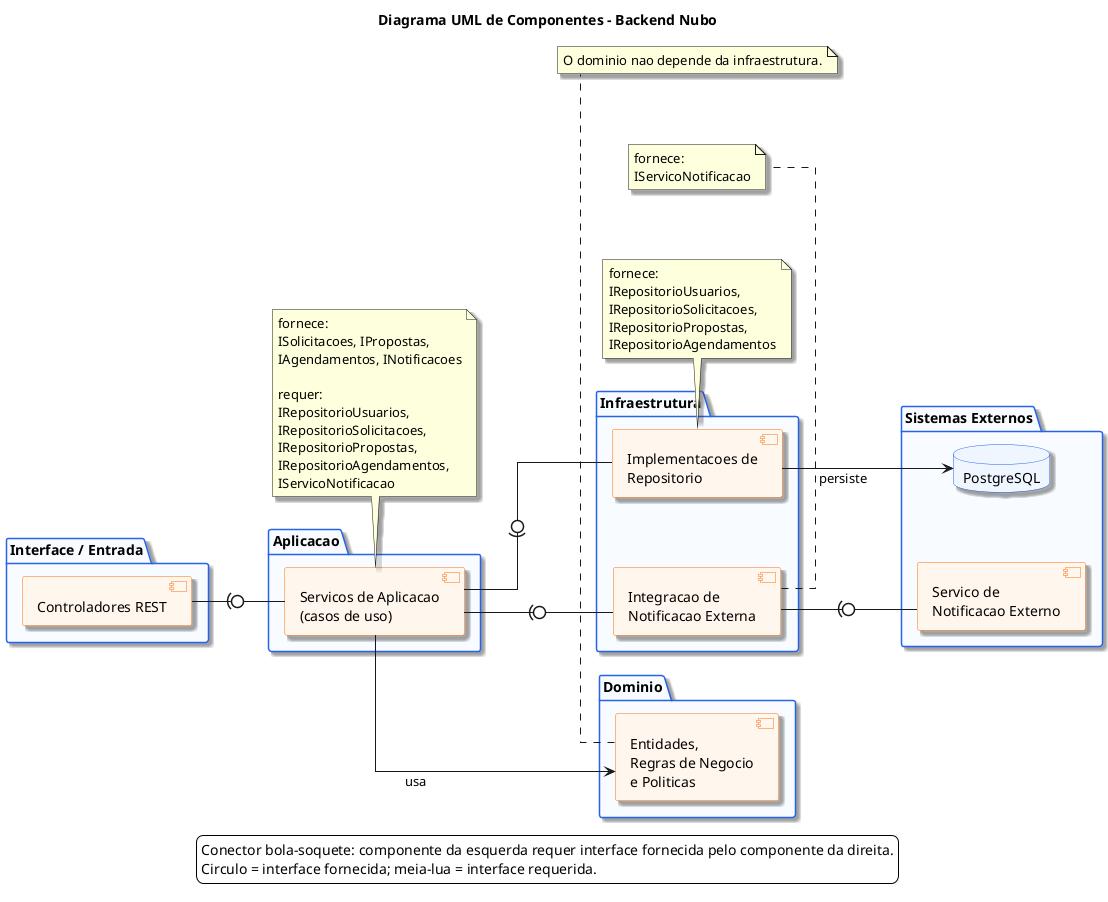
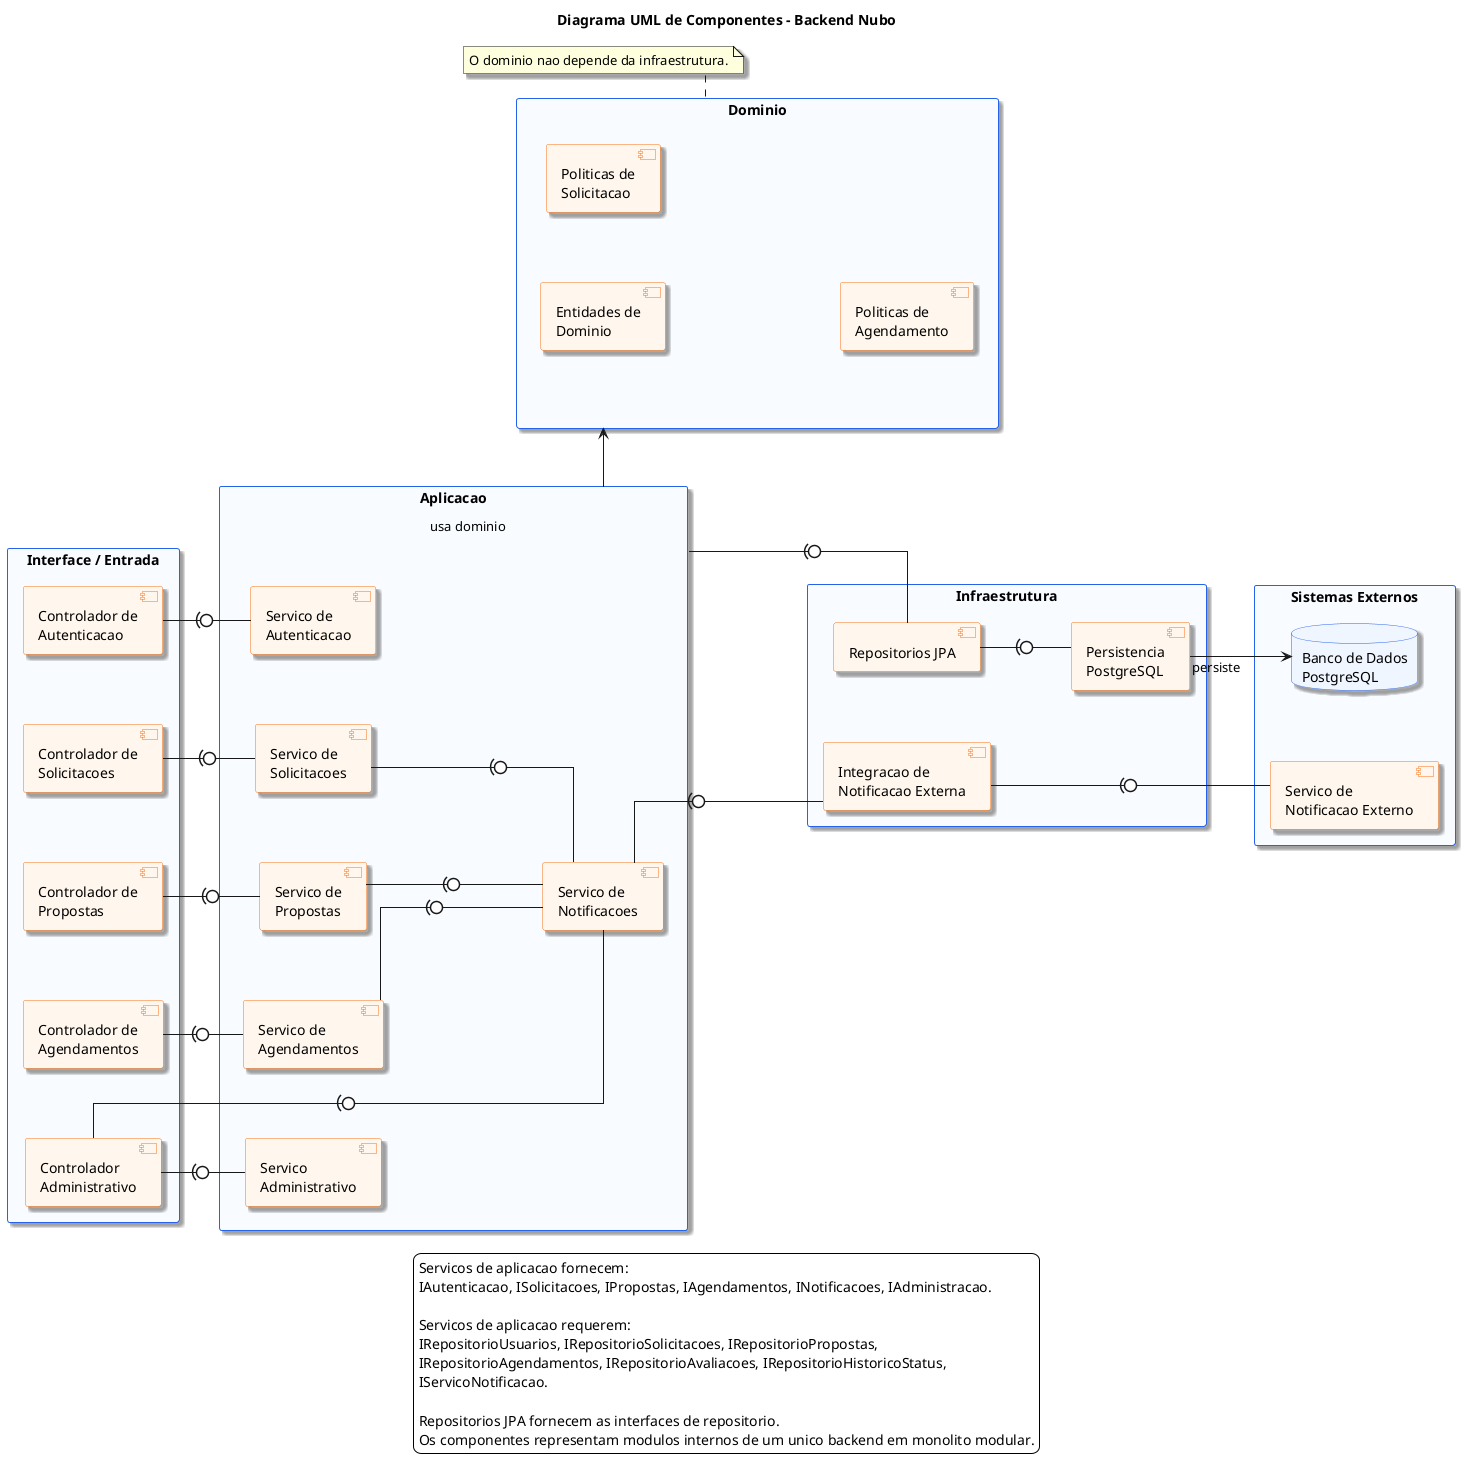
@startuml
' Fonte do projeto: README.md; docs/documentacao-projeto.md
' Fonte conceitual: tools/Projeto PlantUML API/plantuml_code/component_diagram.puml
title Diagrama UML de Componentes - Backend Nubo
left to right direction
skinparam backgroundColor #FFFFFF
skinparam componentStyle uml2
skinparam linetype ortho
skinparam nodesep 70
skinparam ranksep 80
+ skinparam packageStyle rectangle
skinparam shadowing true
skinparam defaultFontName Arial
skinparam package {
  BorderColor #2563EB
  BackgroundColor #F8FBFF
}
skinparam component {
  BorderColor #F97316
  BackgroundColor #FFF7ED
}
skinparam database {
  BorderColor #2563EB
  BackgroundColor #EFF6FF
}

- package "Interface / Entrada" {
-   component "Controladores REST" as controladores
+ package "Interface / Entrada" as entrada {
+   component "Controlador de\nAutenticacao" as authController
+   component "Controlador de\nSolicitacoes" as solicitacaoController
+   component "Controlador de\nPropostas" as propostaController
+   component "Controlador de\nAgendamentos" as agendamentoController
+   component "Controlador\nAdministrativo" as adminController
}

- package "Aplicacao" {
-   component "Servicos de Aplicacao\n(casos de uso)" as servicosAplicacao
+ package "Aplicacao" as app {
+   component "Servico de\nAutenticacao" as authService
+   component "Servico de\nSolicitacoes" as solicitacaoService
+   component "Servico de\nPropostas" as propostaService
+   component "Servico de\nAgendamentos" as agendamentoService
+   component "Servico de\nNotificacoes" as notificacaoService
+   component "Servico\nAdministrativo" as adminService
}

- package "Dominio" {
-   component "Entidades,\nRegras de Negocio\ne Politicas" as dominio
+ package "Dominio" as dominioPkg {
+   component "Entidades de\nDominio" as entidades
+   component "Politicas de\nSolicitacao" as politicasSolicitacao
+   component "Politicas de\nAgendamento" as politicasAgendamento
}

- package "Infraestrutura" {
-   component "Implementacoes de\nRepositorio" as repositorios
+ package "Infraestrutura" as infra {
+   component "Repositorios JPA" as repositoriosJpa
+   component "Persistencia\nPostgreSQL" as persistencia
  component "Integracao de\nNotificacao Externa" as integracaoNotificacao
}

- package "Sistemas Externos" {
-   database "PostgreSQL" as db
+ package "Sistemas Externos" as externos {
+   database "Banco de Dados\nPostgreSQL" as db
  component "Servico de\nNotificacao Externo" as servicoNotificacao
}

- controladores -(0- servicosAplicacao
- servicosAplicacao --> dominio : usa
- servicosAplicacao -(0- repositorios
- servicosAplicacao -(0- integracaoNotificacao
+ authController -(0- authService
+ solicitacaoController -(0- solicitacaoService
+ propostaController -(0- propostaService
+ agendamentoController -(0- agendamentoService
+ adminController -(0- adminService
+ adminController -(0- notificacaoService

- repositorios --> db : persiste
+ app --> dominioPkg : usa dominio
+ app -(0- repositoriosJpa
+ 
+ solicitacaoService -(0- notificacaoService
+ propostaService -(0- notificacaoService
+ agendamentoService -(0- notificacaoService
+ notificacaoService -(0- integracaoNotificacao
+ 
+ repositoriosJpa -(0- persistencia
+ persistencia --> db : persiste
integracaoNotificacao -(0- servicoNotificacao

- note bottom of servicosAplicacao
-   fornece:
-   ISolicitacoes, IPropostas,
-   IAgendamentos, INotificacoes
- 
-   requer:
-   IRepositorioUsuarios,
-   IRepositorioSolicitacoes,
-   IRepositorioPropostas,
-   IRepositorioAgendamentos,
-   IServicoNotificacao
- end note
- 
- note bottom of repositorios
-   fornece:
-   IRepositorioUsuarios,
-   IRepositorioSolicitacoes,
-   IRepositorioPropostas,
-   IRepositorioAgendamentos
- end note
- 
- note bottom of integracaoNotificacao
-   fornece:
-   IServicoNotificacao
- end note
- 
- note bottom of dominio
+ note bottom of dominioPkg
  O dominio nao depende da infraestrutura.
end note

legend bottom
-   Conector bola-soquete: componente da esquerda requer interface fornecida pelo componente da direita.
-   Circulo = interface fornecida; meia-lua = interface requerida.
+   Servicos de aplicacao fornecem:
+   IAutenticacao, ISolicitacoes, IPropostas, IAgendamentos, INotificacoes, IAdministracao.
+ 
+   Servicos de aplicacao requerem:
+   IRepositorioUsuarios, IRepositorioSolicitacoes, IRepositorioPropostas,
+   IRepositorioAgendamentos, IRepositorioAvaliacoes, IRepositorioHistoricoStatus,
+   IServicoNotificacao.
+ 
+   Repositorios JPA fornecem as interfaces de repositorio.
+   Os componentes representam modulos internos de um unico backend em monolito modular.
endlegend
@enduml
